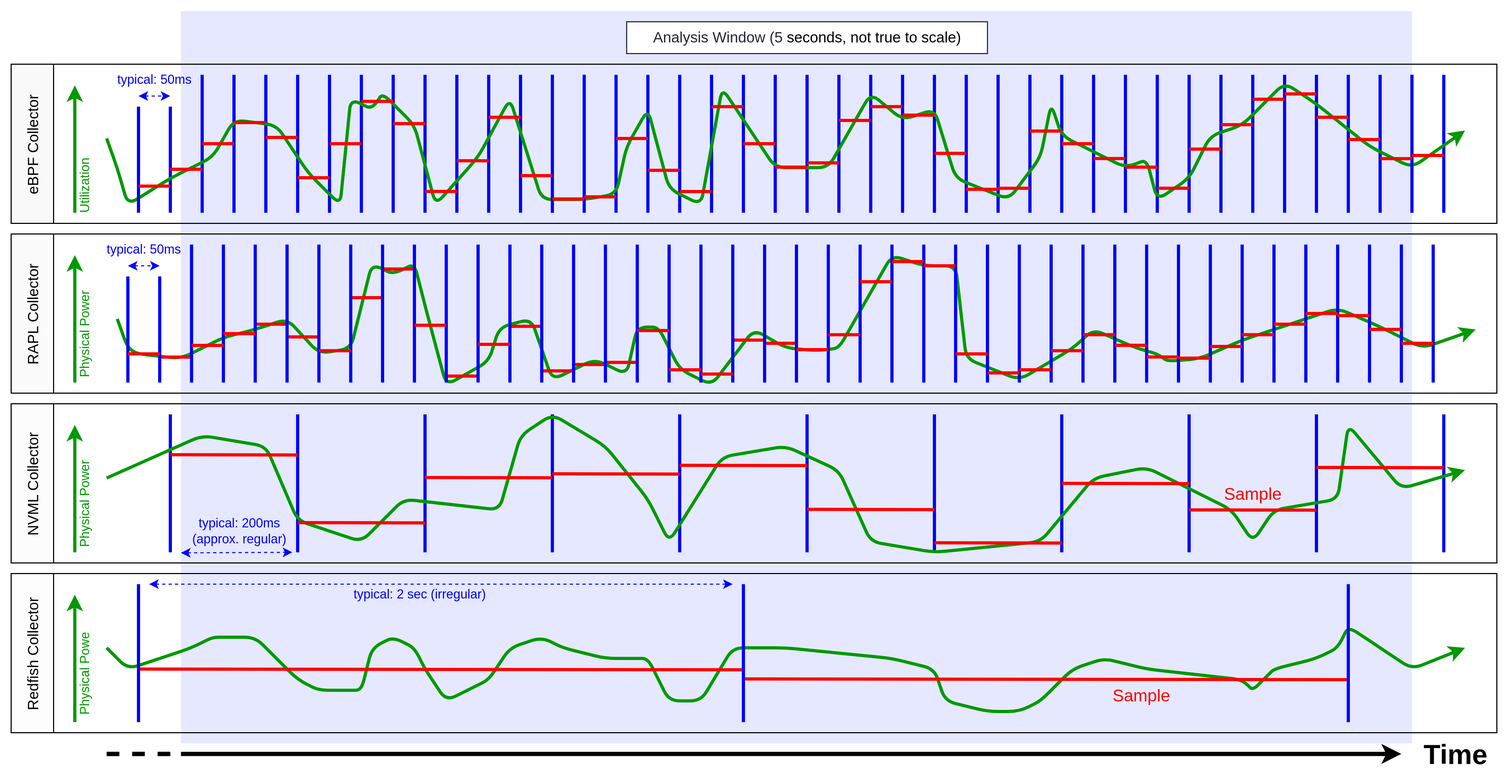
Before: thesis/MT/Figures/drawio/tycho_timingDiagram.png, a diagram exported from draw.io (casparwackerle/PowerStack). Source tidied: cells renumbered, new cells last; positions are measured from the earlier drawing's top-left corner, leaving out a move shared by most shapes.
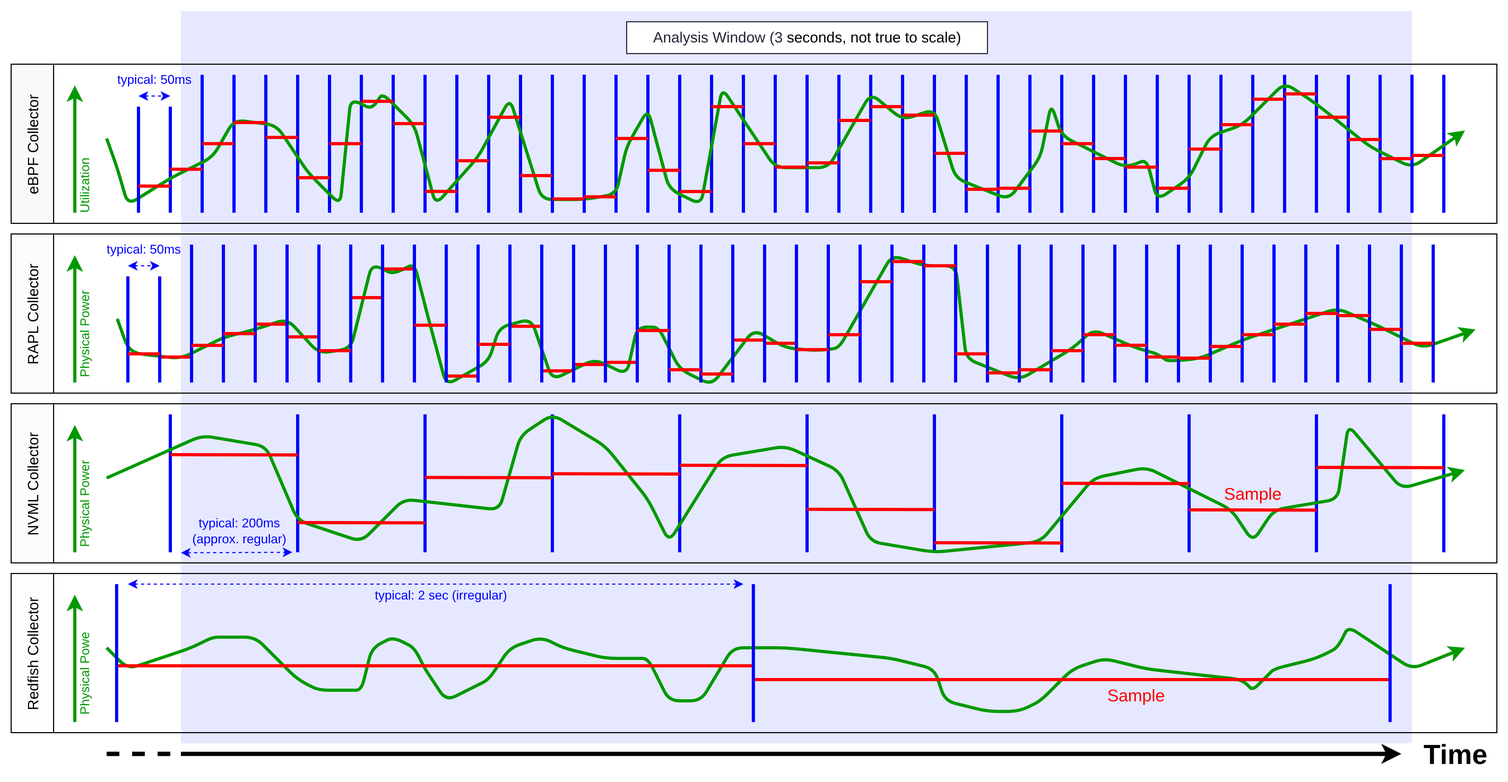
After the change.

What changed in the source:
```diff
@@ -831,43 +831,43 @@
     </mxCell>
     <mxCell id="125" style="endArrow=classic;startArrow=classic;html=1;dashed=1;strokeColor=#0000FF;" parent="121" edge="1">
       <mxGeometry x="1" y="40" relative="1" as="geometry">
-        <mxPoint x="130" y="10" as="sourcePoint" />
-        <mxPoint x="680" y="10" as="targetPoint" />
+        <mxPoint x="110" y="10" as="sourcePoint" />
+        <mxPoint x="690" y="10" as="targetPoint" />
       </mxGeometry>
     </mxCell>
     <mxCell id="126" style="endArrow=none;html=1;strokeColor=#FF0000;strokeWidth=3;" parent="121" edge="1">
       <mxGeometry relative="1" as="geometry">
-        <mxPoint x="690" y="99.3" as="sourcePoint" />
-        <mxPoint x="1260" y="100" as="targetPoint" />
+        <mxPoint x="700" y="100" as="sourcePoint" />
+        <mxPoint x="1300" y="100" as="targetPoint" />
       </mxGeometry>
     </mxCell>
     <mxCell id="127" value="&lt;font style=&quot;font-size: 16px; color: rgb(255, 0, 0);&quot;&gt;Sample&lt;/font&gt;" style="text;html=1;align=center;verticalAlign=middle;strokeColor=none;fillColor=none;" parent="121" vertex="1">
-      <mxGeometry x="1025" y="100" width="80" height="30" as="geometry" />
+      <mxGeometry x="1020" y="100" width="80" height="30" as="geometry" />
     </mxCell>
-    <mxCell id="128" style="endArrow=none;html=1;strokeColor=#FF0000;strokeWidth=3;" parent="121" edge="1">
-      <mxGeometry relative="1" as="geometry">
-        <mxPoint x="120" y="90" as="sourcePoint" />
-        <mxPoint x="690" y="90.7" as="targetPoint" />
-      </mxGeometry>
-    </mxCell>
-    <mxCell id="129" style="endArrow=none;html=1;strokeWidth=3;strokeColor=#0000FF;" parent="121" edge="1">
-      <mxGeometry relative="1" as="geometry">
-        <mxPoint x="1260" y="140" as="sourcePoint" />
-        <mxPoint x="1260" y="10" as="targetPoint" />
-      </mxGeometry>
-    </mxCell>
-    <mxCell id="130" style="endArrow=none;html=1;strokeWidth=3;strokeColor=#0000FF;" parent="121" edge="1">
-      <mxGeometry relative="1" as="geometry">
-        <mxPoint x="120" y="140" as="sourcePoint" />
-        <mxPoint x="120" y="10" as="targetPoint" />
-      </mxGeometry>
-    </mxCell>
-    <mxCell id="131" style="endArrow=none;html=1;strokeWidth=3;strokeColor=#0000FF;" parent="121" edge="1">
-      <mxGeometry relative="1" as="geometry">
-        <mxPoint x="690" y="140" as="sourcePoint" />
-        <mxPoint x="690" y="10" as="targetPoint" />
-      </mxGeometry>
-    </mxCell>
+    <mxCell id="229" style="endArrow=none;html=1;strokeColor=#FF0000;strokeWidth=3;" parent="121" edge="1">
+      <mxGeometry relative="1" as="geometry">
+        <mxPoint x="100" y="87" as="sourcePoint" />
+        <mxPoint x="700" y="87" as="targetPoint" />
+      </mxGeometry>
+    </mxCell>
+    <mxCell id="230" style="endArrow=none;html=1;strokeWidth=3;strokeColor=#0000FF;" parent="121" edge="1">
+      <mxGeometry relative="1" as="geometry">
+        <mxPoint x="99.4" y="140" as="sourcePoint" />
+        <mxPoint x="99.4" y="10" as="targetPoint" />
+      </mxGeometry>
+    </mxCell>
+    <mxCell id="231" style="endArrow=none;html=1;strokeWidth=3;strokeColor=#0000FF;" parent="121" edge="1">
+      <mxGeometry relative="1" as="geometry">
+        <mxPoint x="699.4" y="140" as="sourcePoint" />
+        <mxPoint x="699.4" y="10" as="targetPoint" />
+      </mxGeometry>
+    </mxCell>
+    <mxCell id="232" style="endArrow=none;html=1;strokeWidth=3;strokeColor=#0000FF;" parent="121" edge="1">
+      <mxGeometry relative="1" as="geometry">
+        <mxPoint x="1299.4" y="140" as="sourcePoint" />
+        <mxPoint x="1299.4" y="10" as="targetPoint" />
+      </mxGeometry>
+    </mxCell>
     <mxCell id="132" style="endArrow=classic;html=1;strokeWidth=4;" parent="1" edge="1">
       <mxGeometry relative="1" as="geometry">
         <mxPoint x="160" y="700" as="sourcePoint" />
@@ -879,7 +879,7 @@
         <mxPoint x="1013" y="2" as="offset" />
       </mxGeometry>
     </mxCell>
-    <mxCell id="134" value="&lt;font style=&quot;color: rgb(37, 37, 54);&quot;&gt;Analysis Window (5&lt;/font&gt;&lt;span style=&quot;background-color: transparent;&quot;&gt;&amp;nbsp;seconds, not true to scale)&lt;/span&gt;" style="fontSize=14;html=1;strokeColor=#252536;" parent="1" vertex="1">
+    <mxCell id="134" value="&lt;font style=&quot;color: rgb(37, 37, 54);&quot;&gt;Analysis Window (3&amp;nbsp;&lt;/font&gt;&lt;span style=&quot;background-color: transparent;&quot;&gt;seconds, not true to scale)&lt;/span&gt;" style="fontSize=14;html=1;strokeColor=#252536;" parent="1" vertex="1">
       <mxGeometry x="580" y="10" width="340" height="30" as="geometry" />
     </mxCell>
     <mxCell id="135" style="endArrow=none;html=1;dashed=1;strokeColor=#000000;strokeWidth=4;" parent="1" edge="1">
@@ -942,7 +942,7 @@
       </mxGeometry>
     </mxCell>
     <mxCell id="137" value="&lt;font style=&quot;color: rgb(0, 0, 255);&quot;&gt;typical: 2 sec (irregular)&lt;/font&gt;" style="text;html=1;align=center;verticalAlign=middle;strokeColor=none;fillColor=none;" parent="1" vertex="1">
-      <mxGeometry x="310" y="535" width="150" height="30" as="geometry" />
+      <mxGeometry x="330" y="536" width="150" height="30" as="geometry" />
     </mxCell>
     <mxCell id="138" style="endArrow=none;html=1;strokeColor=#FF0000;strokeWidth=3;" parent="1" edge="1">
       <mxGeometry relative="1" as="geometry">
```
